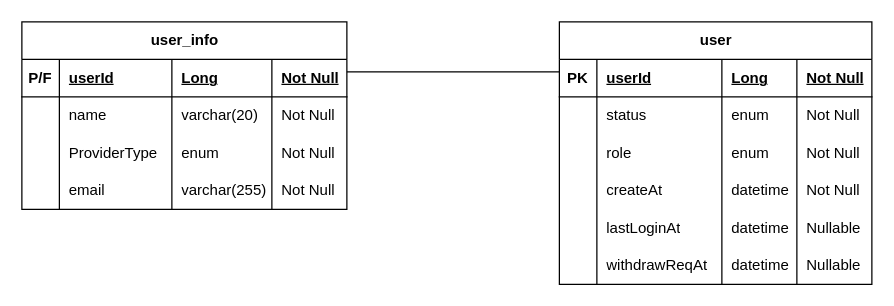
The draw.io diagram ERD.drawio in ES-Im/MyAsset, before the edit. Source tidied: cells renumbered, new cells numbered last; positions are measured from the earlier drawing's top-left corner, leaving out a move shared by most shapes. Both pictures are drawn from the tidied source at 125%, with x=0, y=0 at pixel (21, 21).
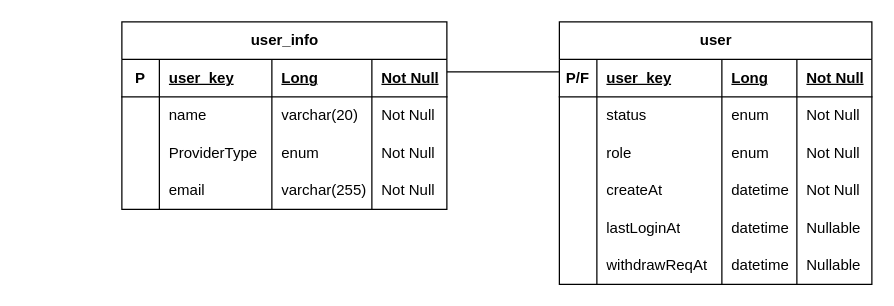
The same page after the edit.

Unchanged cells that the change refers to:
```xml
<mxCell id="3" style="shape=tableRow;horizontal=0;startSize=0;swimlaneHead=0;swimlaneBody=0;fillColor=none;top=0;left=0;right=0;bottom=1;" parent="2" vertex="1">
  <mxGeometry y="30" width="250" height="30" as="geometry" />
</mxCell>
<mxCell id="35" style="shape=tableRow;horizontal=0;startSize=0;swimlaneHead=0;swimlaneBody=0;fillColor=none;top=0;left=0;right=0;bottom=1;" parent="34" vertex="1">
  <mxGeometry y="30" width="260" height="30" as="geometry" />
</mxCell>
```

Change to the diagram source:
```diff
@@
-    <mxCell id="4" value="PK" style="shape=partialRectangle;fillColor=none;top=0;left=0;bottom=0;right=0;fontStyle=1;overflow=hidden;whiteSpace=wrap;html=1;" parent="3" vertex="1">
+    <mxCell id="4" value="P/F" style="shape=partialRectangle;fillColor=none;top=0;left=0;bottom=0;right=0;fontStyle=1;overflow=hidden;whiteSpace=wrap;html=1;" parent="3" vertex="1">
       <mxGeometry width="30" height="30" as="geometry" />
     </mxCell>
-    <mxCell id="5" value="userId" style="shape=partialRectangle;fillColor=none;top=0;left=0;bottom=0;right=0;align=left;spacingLeft=6;fontStyle=5;overflow=hidden;whiteSpace=wrap;html=1;" parent="3" vertex="1">
+    <mxCell id="5" value="user_key" style="shape=partialRectangle;fillColor=none;top=0;left=0;bottom=0;right=0;align=left;spacingLeft=6;fontStyle=5;overflow=hidden;whiteSpace=wrap;html=1;" parent="3" vertex="1">
       <mxGeometry x="30" width="100" height="30" as="geometry" />
     </mxCell>
@@
     <mxCell id="34" value="user_info" style="shape=table;startSize=30;childLayout=tableLayout;rowLines=0;fontStyle=1;align=center;html=1;" parent="1" vertex="1">
-      <mxGeometry width="260" height="150" as="geometry" />
+      <mxGeometry x="80" width="260" height="150" as="geometry" />
     </mxCell>
@@
-    <mxCell id="36" value="P/F" style="shape=partialRectangle;fillColor=none;top=0;left=0;bottom=0;right=0;fontStyle=1;overflow=hidden;whiteSpace=wrap;html=1;" parent="35" vertex="1">
+    <mxCell id="36" value="P" style="shape=partialRectangle;fillColor=none;top=0;left=0;bottom=0;right=0;fontStyle=1;overflow=hidden;whiteSpace=wrap;html=1;" parent="35" vertex="1">
       <mxGeometry width="30" height="30" as="geometry" />
     </mxCell>
-    <mxCell id="37" value="userId" style="shape=partialRectangle;fillColor=none;top=0;left=0;bottom=0;right=0;align=left;spacingLeft=6;fontStyle=5;overflow=hidden;whiteSpace=wrap;html=1;" parent="35" vertex="1">
+    <mxCell id="37" value="user_key" style="shape=partialRectangle;fillColor=none;top=0;left=0;bottom=0;right=0;align=left;spacingLeft=6;fontStyle=5;overflow=hidden;whiteSpace=wrap;html=1;" parent="35" vertex="1">
       <mxGeometry x="30" width="90" height="30" as="geometry" />
     </mxCell>
```
